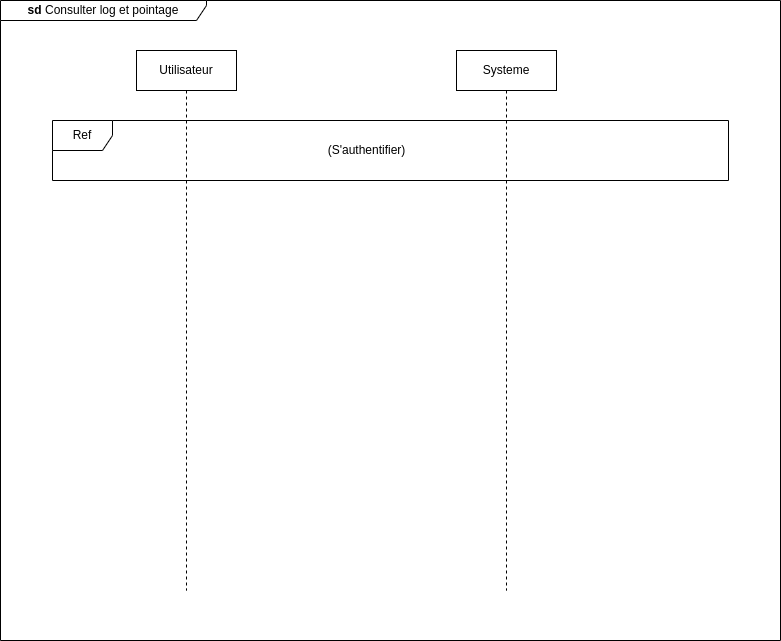
Earlier version of the draw.io export static/Diagramme de sequence consulter log et rapport .drawio.png (Siluearsene/borne_biometrique). Source tidied: cells renumbered, new cells last; positions are measured from the earlier drawing's top-left corner, leaving out a move shared by most shapes.
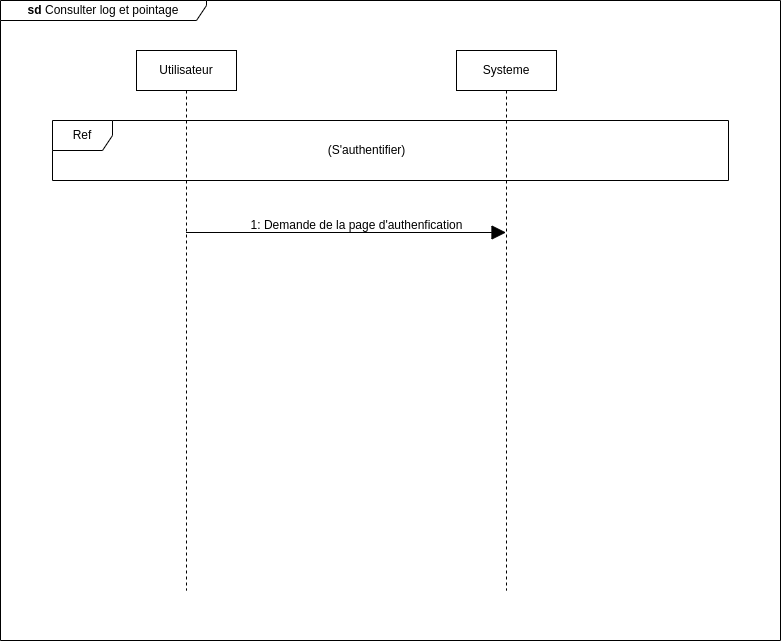
After the commit.

Commit message:
Mettre à jour Diagramme de sequence consulter log et rapport .drawio.png

Change to the diagram source:
```diff
@@ -17,5 +17,14 @@
     <mxCell id="6" value="(S'authentifier)" style="text;html=1;align=center;verticalAlign=middle;strokeColor=none;fillColor=none;" parent="1" vertex="1">
       <mxGeometry x="316" y="135" width="100" height="30" as="geometry" />
     </mxCell>
+    <mxCell id="7" style="endArrow=block;endFill=1;endSize=12;html=1;rounded=0;" parent="1" edge="1">
+      <mxGeometry relative="1" as="geometry">
+        <mxPoint x="185.5" y="232" as="sourcePoint" />
+        <mxPoint x="505.5" y="232" as="targetPoint" />
+      </mxGeometry>
+    </mxCell>
+    <mxCell id="8" value="1: Demande de la page d'authenfication" style="text;html=1;align=center;verticalAlign=middle;strokeColor=none;fillColor=none;rounded=0;" parent="1" vertex="1">
+      <mxGeometry x="236" y="210" width="240" height="30" as="geometry" />
+    </mxCell>
   </root>
 </mxGraphModel>
```
